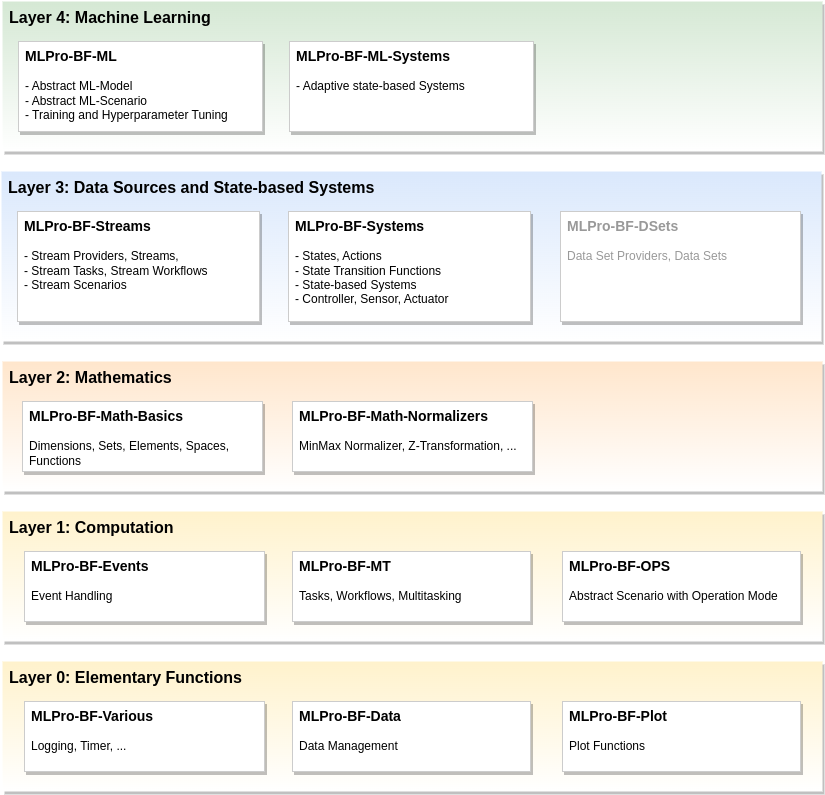
This is doc/rtd/content/02_basic_functions/mlpro_bf/sub/images/MLPro-BF_Overview.drawio.png from fhswf/MLPro, a draw.io export, as it was before one commit. Source tidied: cells renumbered, new cells last; positions are measured from the earlier drawing's top-left corner, leaving out a move shared by most shapes.
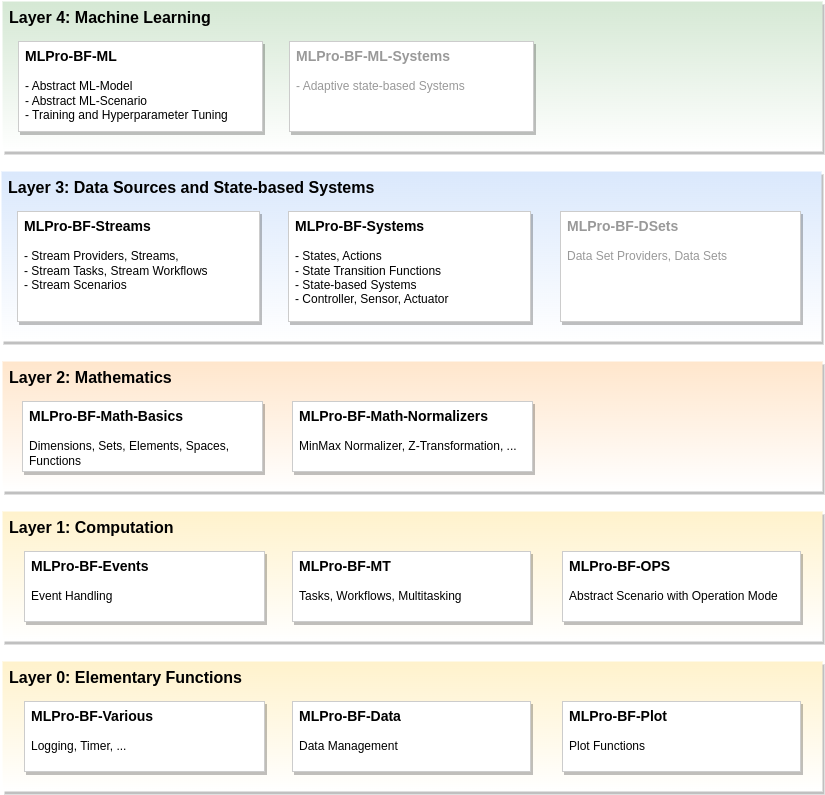
Above is the later version.

Commit message:
ReadTheDocs - Basic Functions #149

What changed in the source:
```diff
@@ -53,7 +53,7 @@
     <mxCell id="18" value="&lt;font style=&quot;font-size: 14px;&quot;&gt;MLPro-BF-Math-Normalizers&lt;br&gt;&lt;/font&gt;&lt;span style=&quot;font-weight: normal;&quot;&gt;&lt;br&gt;MinMax Normalizer, Z-Transformation, ...&lt;/span&gt;" style="rounded=0;whiteSpace=wrap;html=1;glass=0;shadow=1;align=left;verticalAlign=top;fontStyle=1;spacingLeft=5;strokeColor=#CCCCCC;" parent="1" vertex="1">
       <mxGeometry x="291" y="400" width="240" height="70" as="geometry" />
     </mxCell>
-    <mxCell id="19" value="&lt;font style=&quot;font-size: 14px;&quot;&gt;MLPro-BF-ML-Systems&lt;/font&gt;&lt;span style=&quot;background-color: initial; font-weight: normal;&quot;&gt;&lt;br&gt;&lt;/span&gt;&lt;span style=&quot;background-color: initial; font-weight: normal;&quot;&gt;&lt;br&gt;- Adaptive state-based Systems&lt;/span&gt;&lt;span style=&quot;background-color: initial; font-weight: normal;&quot;&gt;&lt;br&gt;&lt;/span&gt;&lt;blockquote style=&quot;margin: 0 0 0 40px; border: none; padding: 0px;&quot;&gt;&lt;/blockquote&gt;&lt;blockquote style=&quot;margin: 0 0 0 40px; border: none; padding: 0px;&quot;&gt;&lt;/blockquote&gt;" style="rounded=0;whiteSpace=wrap;html=1;glass=0;shadow=1;align=left;verticalAlign=top;fontStyle=1;spacingLeft=5;strokeColor=#CCCCCC;" parent="1" vertex="1">
+    <mxCell id="19" value="&lt;font style=&quot;font-size: 14px;&quot;&gt;MLPro-BF-ML-Systems&lt;/font&gt;&lt;span style=&quot;background-color: initial; font-weight: normal;&quot;&gt;&lt;br&gt;&lt;/span&gt;&lt;span style=&quot;background-color: initial; font-weight: normal;&quot;&gt;&lt;br&gt;- Adaptive state-based Systems&lt;/span&gt;&lt;span style=&quot;background-color: initial; font-weight: normal;&quot;&gt;&lt;br&gt;&lt;/span&gt;&lt;blockquote style=&quot;margin: 0 0 0 40px; border: none; padding: 0px;&quot;&gt;&lt;/blockquote&gt;&lt;blockquote style=&quot;margin: 0 0 0 40px; border: none; padding: 0px;&quot;&gt;&lt;/blockquote&gt;" style="rounded=0;whiteSpace=wrap;html=1;glass=0;shadow=1;align=left;verticalAlign=top;fontStyle=1;spacingLeft=5;strokeColor=#CCCCCC;textOpacity=40;" parent="1" vertex="1">
       <mxGeometry x="288" y="40" width="244" height="90" as="geometry" />
     </mxCell>
   </root>
```
